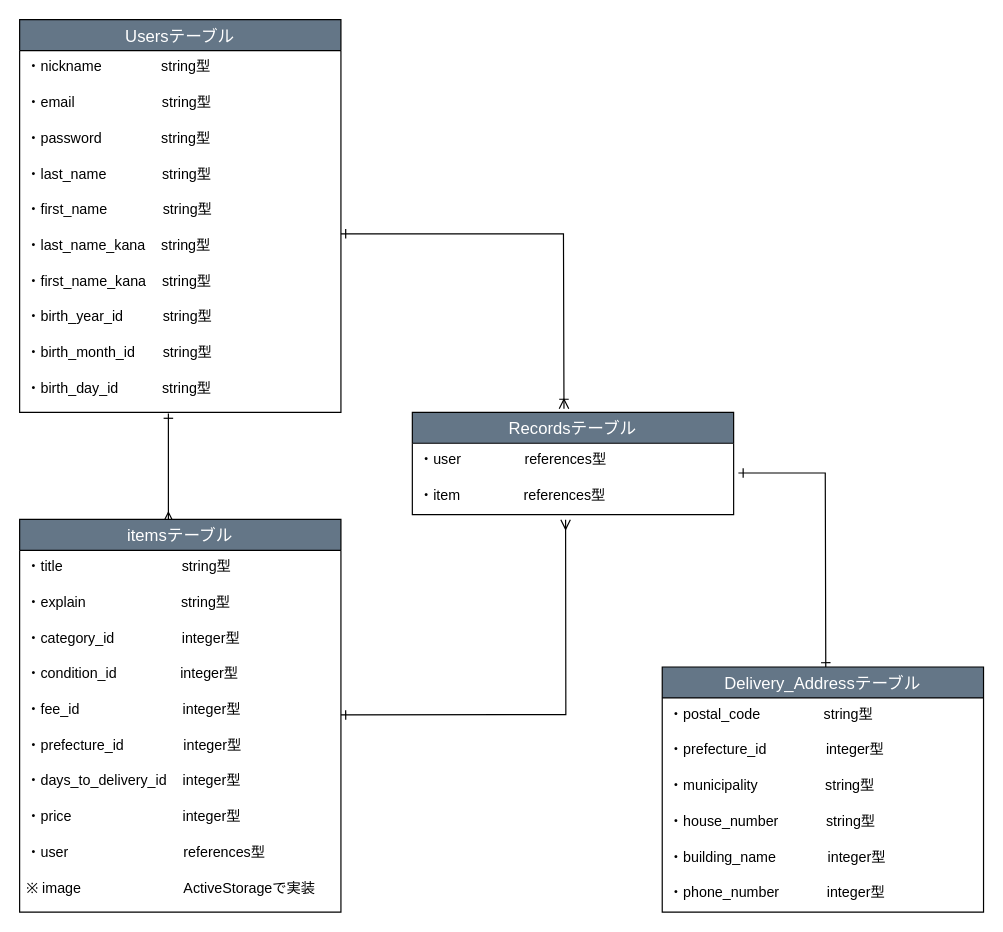
Earlier version of the draw.io diagram ER.dio (NAGA-87/furima-31785). Source tidied: cells renumbered, new cells numbered last; positions are measured from the earlier drawing's top-left corner, leaving out a move shared by most shapes. Both pictures are drawn from the tidied source at 119%, with x=0, y=0 at pixel (19, 19).
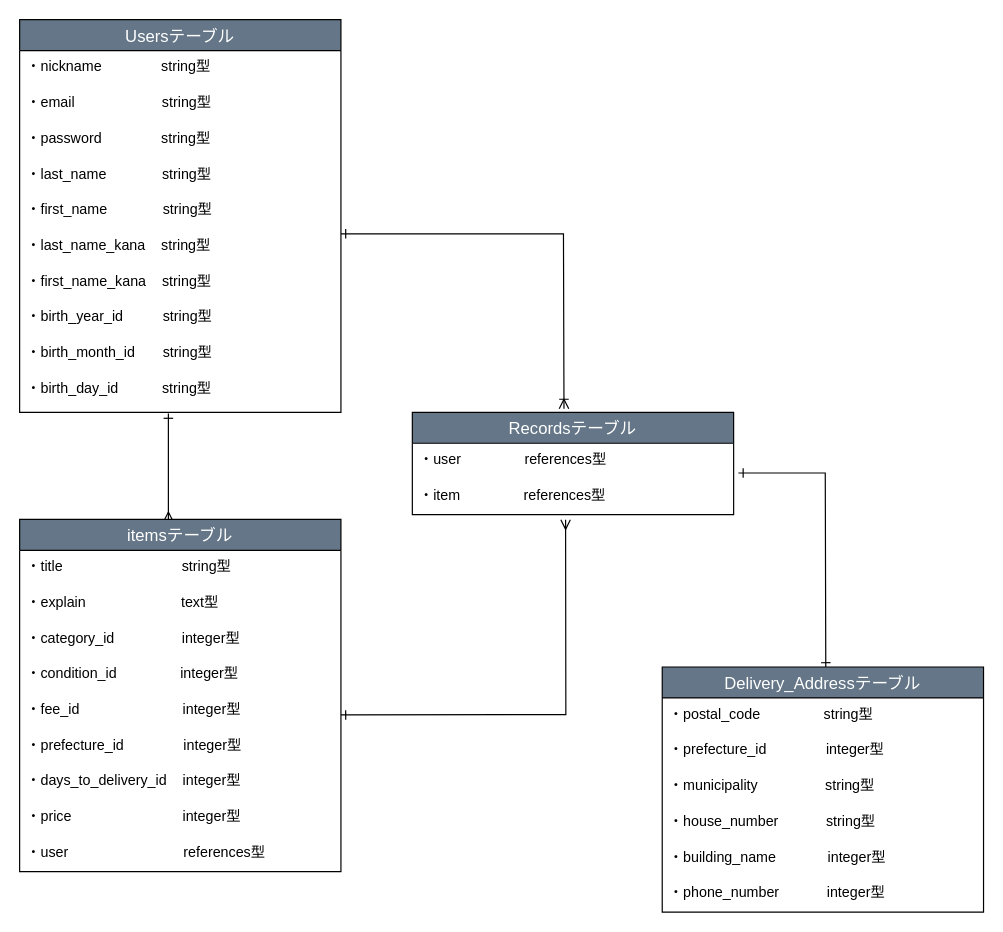
The same page after the edit.

Commit message (it also covers changes not shown here):
データベース設計_修正1

Change to the diagram source:
```diff
@@
     <mxCell id="19" value="itemsテーブル" style="swimlane;fontStyle=0;horizontal=1;startSize=26;align=center;fontSize=14;fillColor=#647687;fontColor=#ffffff;" parent="1" vertex="1">
-      <mxGeometry y="420" width="270" height="330" as="geometry" />
+      <mxGeometry y="420" width="270" height="296" as="geometry" />
     </mxCell>
@@
-    <mxCell id="21" value="・explain                        string型" style="text;fillColor=none;spacingLeft=4;spacingRight=4;overflow=hidden;fontSize=12;" parent="19" vertex="1">
+    <mxCell id="21" value="・explain                        text型" style="text;fillColor=none;spacingLeft=4;spacingRight=4;overflow=hidden;fontSize=12;" parent="19" vertex="1">
       <mxGeometry y="56" width="270" height="30" as="geometry" />
     </mxCell>
@@
-    <mxCell id="29" value="※ image                          ActiveStorageで実装" style="text;fillColor=none;spacingLeft=4;spacingRight=4;overflow=hidden;fontSize=12;align=left;" parent="19" vertex="1">
-      <mxGeometry y="296" width="270" height="34" as="geometry" />
-    </mxCell>
```
